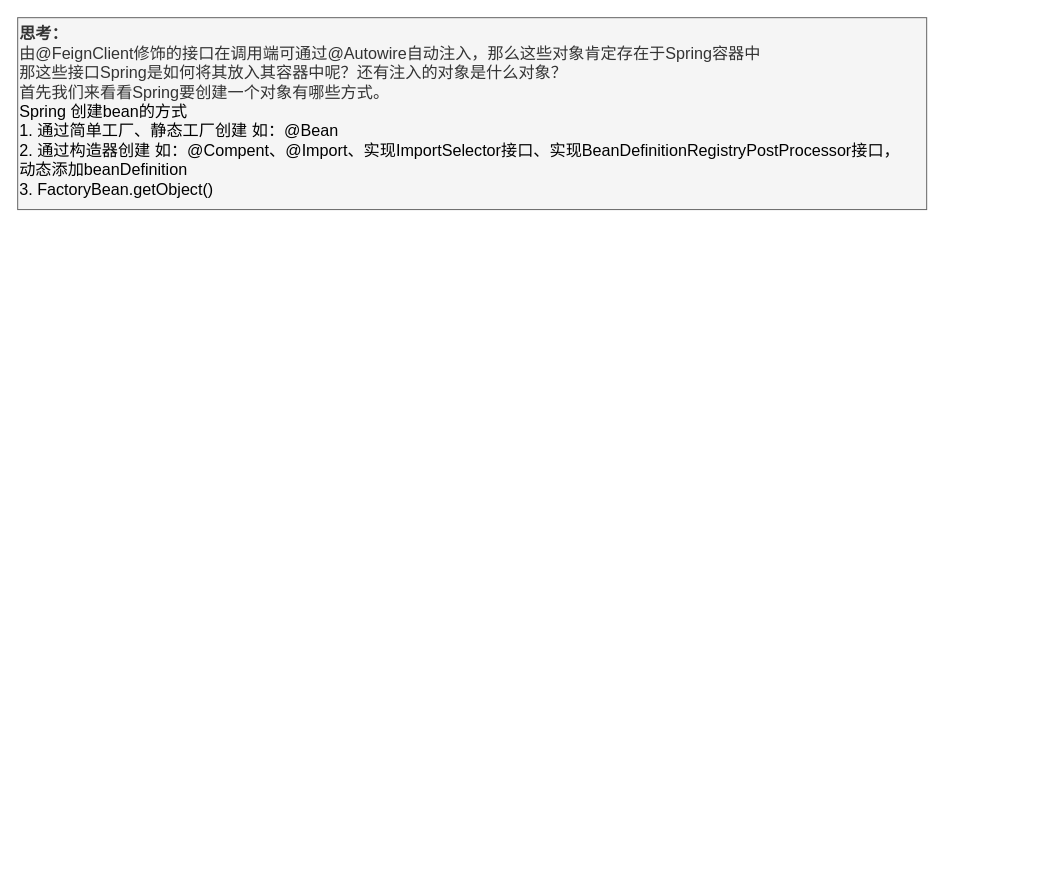
This is openFeign.drawio from hlcgithub/draw, a draw.io file, before an edit. Source tidied: cells renumbered, new cells numbered last; positions are measured from the earlier drawing's top-left corner, leaving out a move shared by most shapes. Both pictures are drawn from the tidied source at 101%, with x=0, y=0 at pixel (17, 17).
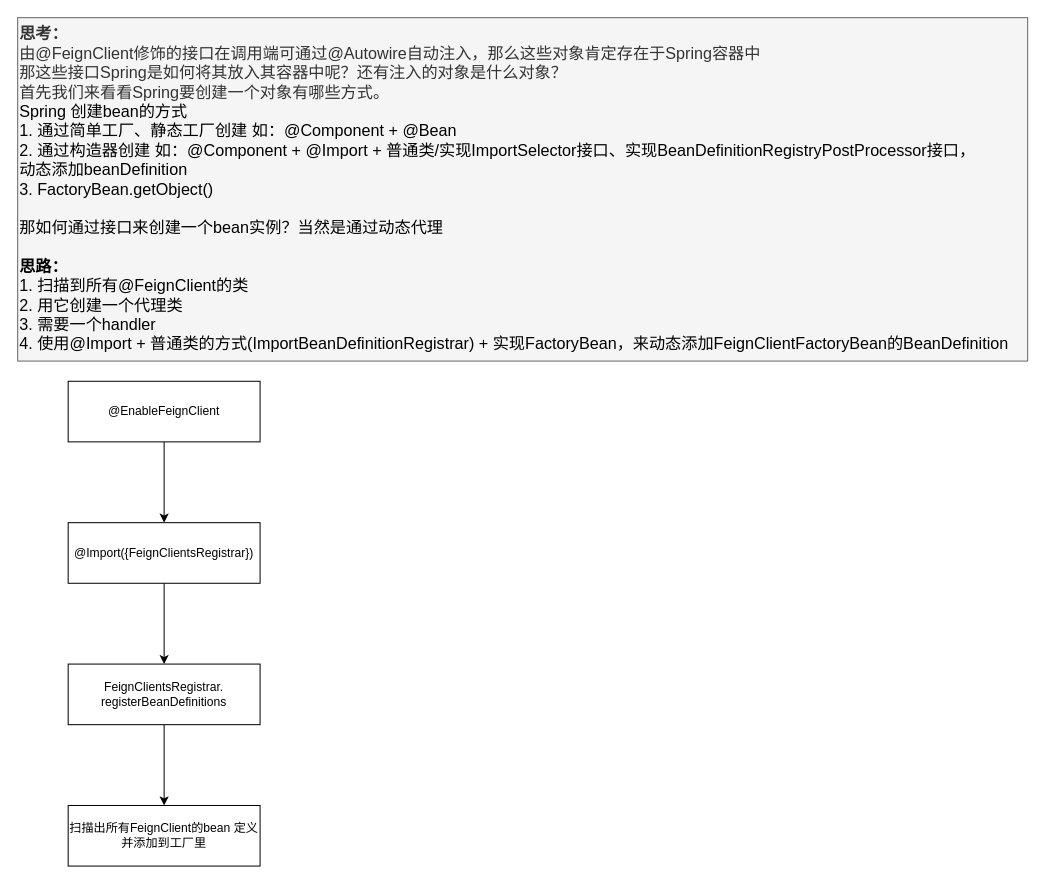
After the change.

The edit, as a diff of the source:
```diff
@@
 <mxGraphModel>
   <root>
     <mxCell id="0" />
     <mxCell id="1" parent="0" />
-    <mxCell id="2" value="&lt;div&gt;&lt;b&gt;思考：&lt;/b&gt;&lt;/div&gt;由@FeignClient修饰的接口在调用端可通过@Autowire自动注入，那么这些对象肯定存在于Spring容器中&lt;div&gt;那这些接口Spring是如何将其放入其容器中呢？还有注入的对象是什么对象？&lt;/div&gt;&lt;div&gt;首先我们来看看Spring要创建一个对象有哪些方式。&lt;/div&gt;&lt;div&gt;&lt;span style=&quot;color: rgb(0, 0, 0);&quot;&gt;Spring 创建bean的方式&lt;/span&gt;&lt;div style=&quot;color: rgb(0, 0, 0);&quot;&gt;1. 通过简单工厂、静态工厂创建 如：&lt;span style=&quot;background-color: transparent;&quot;&gt;@Bean&lt;/span&gt;&lt;/div&gt;&lt;div style=&quot;color: rgb(0, 0, 0);&quot;&gt;2. 通过构造器创建 如：@Compent、@Import、实现ImportSelector接口、&lt;span style=&quot;background-color: transparent;&quot;&gt;实现BeanDefinitionRegistryPostProcessor接口，&lt;/span&gt;&lt;/div&gt;&lt;div style=&quot;color: rgb(0, 0, 0);&quot;&gt;&lt;span style=&quot;background-color: transparent;&quot;&gt;动态添加beanDefinition&lt;/span&gt;&lt;/div&gt;&lt;div style=&quot;color: rgb(0, 0, 0);&quot;&gt;3. FactoryBean.getObject()&lt;br&gt;&lt;/div&gt;&lt;/div&gt;" style="text;html=1;align=left;verticalAlign=top;strokeColor=#666666;fillColor=#f5f5f5;fontSize=16;fontColor=#333333;" parent="1" vertex="1">
-      <mxGeometry width="900" height="190" as="geometry" />
+    <mxCell id="2" value="&lt;div&gt;&lt;b&gt;思考：&lt;/b&gt;&lt;/div&gt;由@FeignClient修饰的接口在调用端可通过@Autowire自动注入，那么这些对象肯定存在于Spring容器中&lt;div&gt;那这些接口Spring是如何将其放入其容器中呢？还有注入的对象是什么对象？&lt;/div&gt;&lt;div&gt;首先我们来看看Spring要创建一个对象有哪些方式。&lt;/div&gt;&lt;div&gt;&lt;span style=&quot;color: rgb(0, 0, 0);&quot;&gt;Spring 创建bean的方式&lt;/span&gt;&lt;div style=&quot;color: rgb(0, 0, 0);&quot;&gt;1. 通过简单工厂、静态工厂创建 如：@Component +&amp;nbsp;&lt;span style=&quot;background-color: transparent;&quot;&gt;@Bean&lt;/span&gt;&lt;/div&gt;&lt;div style=&quot;color: rgb(0, 0, 0);&quot;&gt;2. 通过构造器创建 如：@Component + @Import + 普通类/实现ImportSelector接口、&lt;span style=&quot;background-color: transparent;&quot;&gt;实现BeanDefinitionRegistryPostProcessor接口，&lt;/span&gt;&lt;/div&gt;&lt;div style=&quot;color: rgb(0, 0, 0);&quot;&gt;&lt;span style=&quot;background-color: transparent;&quot;&gt;动态添加beanDefinition&lt;/span&gt;&lt;/div&gt;&lt;div style=&quot;color: rgb(0, 0, 0);&quot;&gt;3. FactoryBean.getObject()&lt;br&gt;&lt;/div&gt;&lt;/div&gt;&lt;div style=&quot;color: rgb(0, 0, 0);&quot;&gt;&lt;br&gt;&lt;/div&gt;&lt;div style=&quot;color: rgb(0, 0, 0);&quot;&gt;那如何通过接口来创建一个bean实例？当然是通过动态代理&lt;/div&gt;&lt;div style=&quot;color: rgb(0, 0, 0);&quot;&gt;&lt;br&gt;&lt;/div&gt;&lt;div style=&quot;color: rgb(0, 0, 0);&quot;&gt;&lt;b&gt;思路：&lt;/b&gt;&lt;/div&gt;&lt;div style=&quot;color: rgb(0, 0, 0);&quot;&gt;1. 扫描到所有@FeignClient的类&lt;/div&gt;&lt;div style=&quot;color: rgb(0, 0, 0);&quot;&gt;2. 用它创建一个代理类&lt;/div&gt;&lt;div style=&quot;color: rgb(0, 0, 0);&quot;&gt;3. 需要一个handler&lt;/div&gt;&lt;div style=&quot;color: rgb(0, 0, 0);&quot;&gt;4. 使用@Import + 普通类的方式(ImportBeanDefinitionRegistrar) + 实现FactoryBean，来动态添加FeignClientFactoryBean的BeanDefinition&lt;/div&gt;" style="text;html=1;align=left;verticalAlign=top;strokeColor=#666666;fillColor=#f5f5f5;fontSize=16;fontColor=#333333;" parent="1" vertex="1">
+      <mxGeometry width="1000" height="340" as="geometry" />
     </mxCell>
+    <mxCell id="3" style="edgeStyle=orthogonalEdgeStyle;rounded=0;jettySize=auto;html=1;" parent="1" edge="1" source="4" target="6">
+      <mxGeometry relative="1" as="geometry" />
+    </mxCell>
+    <mxCell id="4" value="@EnableFeignClient" style="rounded=0;whiteSpace=wrap;html=1;" parent="1" vertex="1">
+      <mxGeometry x="50" y="360" width="190" height="60" as="geometry" />
+    </mxCell>
+    <mxCell id="5" style="edgeStyle=orthogonalEdgeStyle;rounded=0;jettySize=auto;html=1;" parent="1" edge="1" source="6" target="8">
+      <mxGeometry relative="1" as="geometry" />
+    </mxCell>
+    <mxCell id="6" value="@Import({FeignClientsRegistrar})" style="rounded=0;whiteSpace=wrap;html=1;" parent="1" vertex="1">
+      <mxGeometry x="50" y="500" width="190" height="60" as="geometry" />
+    </mxCell>
+    <mxCell id="7" style="edgeStyle=orthogonalEdgeStyle;rounded=0;jettySize=auto;html=1;" parent="1" edge="1" source="8" target="9">
+      <mxGeometry relative="1" as="geometry" />
+    </mxCell>
+    <mxCell id="8" value="FeignClientsRegistrar.&lt;div&gt;registerBeanDefinitions&lt;/div&gt;" style="rounded=0;whiteSpace=wrap;html=1;" parent="1" vertex="1">
+      <mxGeometry x="50" y="640" width="190" height="60" as="geometry" />
+    </mxCell>
+    <mxCell id="9" value="扫描出所有FeignClient的bean 定义&lt;div&gt;并添加到工厂里&lt;/div&gt;" style="rounded=0;whiteSpace=wrap;html=1;" parent="1" vertex="1">
+      <mxGeometry x="50" y="780" width="190" height="60" as="geometry" />
+    </mxCell>
   </root>
 </mxGraphModel>
```
